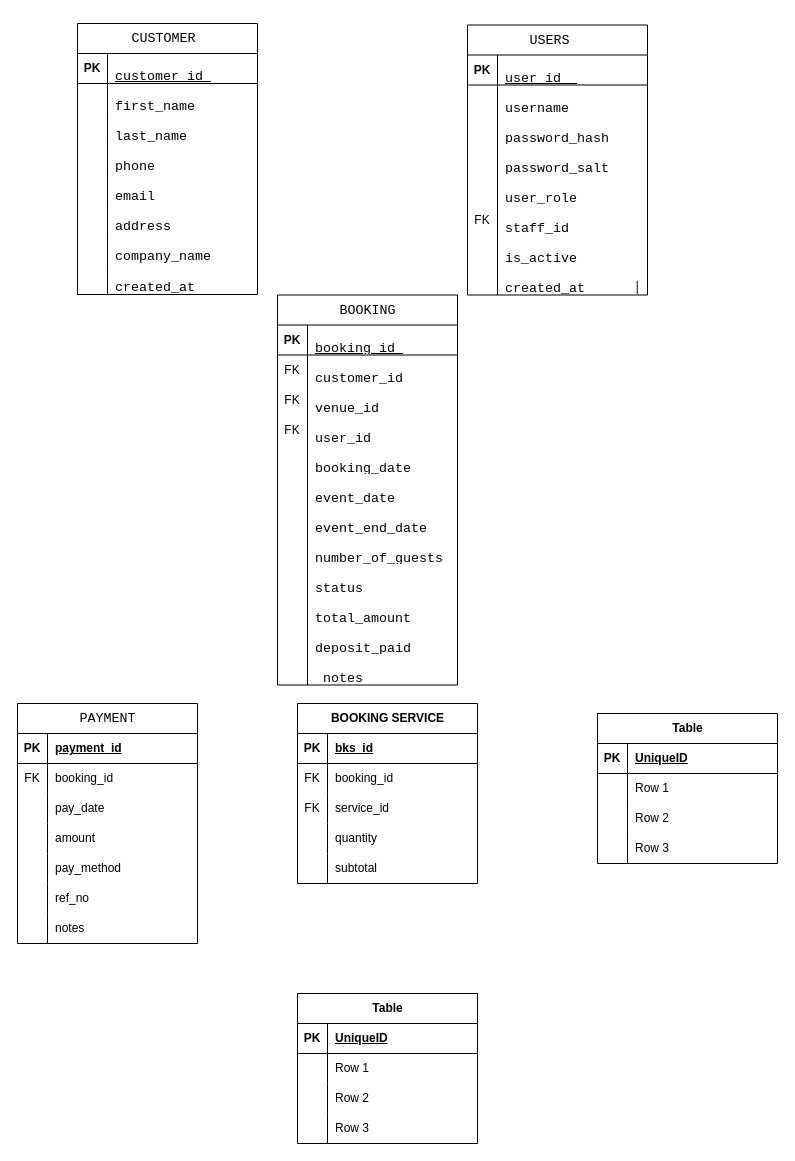
Before: project.drawio in balixsulait-alt/Draw.io, a draw.io diagram. Source tidied: cells renumbered, new cells numbered last; positions are measured from the earlier drawing's top-left corner, leaving out a move shared by most shapes. Both pictures are drawn from the tidied source at 100%, with x=0, y=0 at pixel (17, 23).
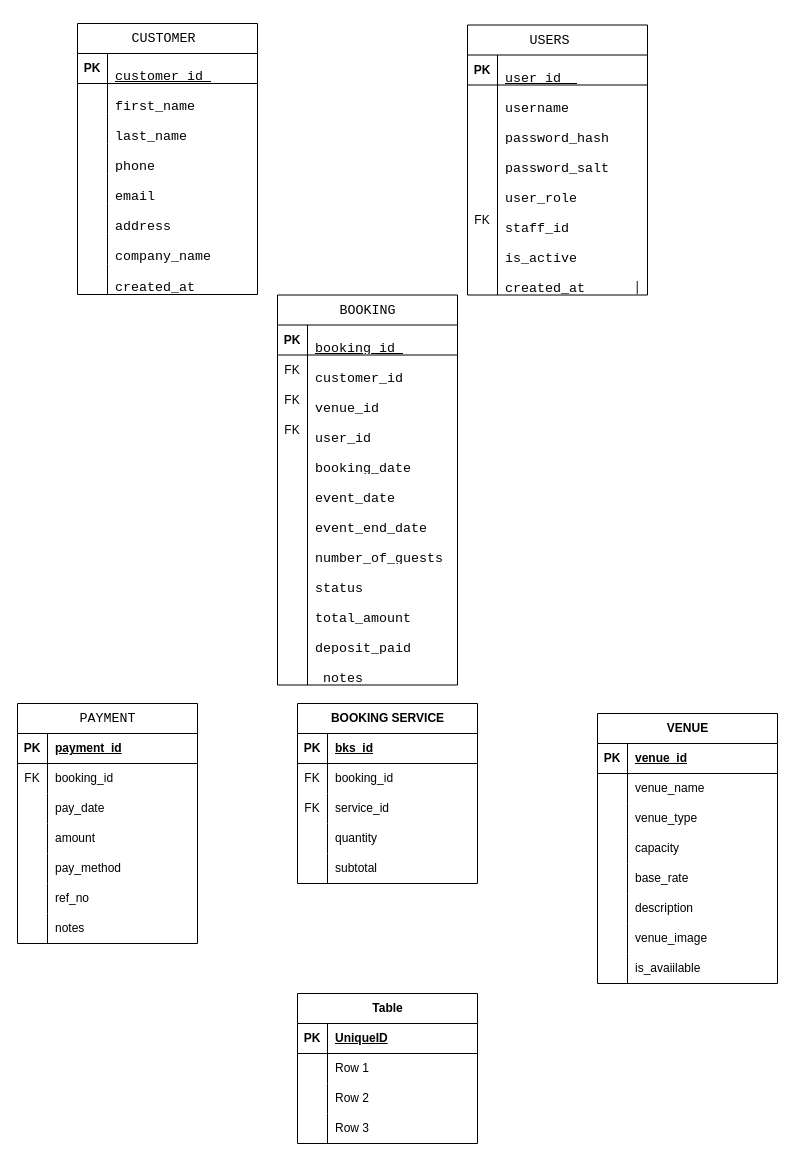
The same page after the edit.

Unchanged cells that the change refers to:
```xml
<mxCell id="128" style="shape=tableRow;horizontal=0;startSize=0;swimlaneHead=0;swimlaneBody=0;fillColor=none;top=0;left=0;right=0;bottom=1;" parent="127" vertex="1">
  <mxGeometry y="30" width="180" height="30" as="geometry" />
</mxCell>
<mxCell id="131" style="shape=tableRow;horizontal=0;startSize=0;swimlaneHead=0;swimlaneBody=0;fillColor=none;top=0;left=0;right=0;bottom=0;" parent="127" vertex="1">
  <mxGeometry y="60" width="180" height="30" as="geometry" />
</mxCell>
<mxCell id="134" style="shape=tableRow;horizontal=0;startSize=0;swimlaneHead=0;swimlaneBody=0;fillColor=none;top=0;left=0;right=0;bottom=0;" parent="127" vertex="1">
  <mxGeometry y="90" width="180" height="30" as="geometry" />
</mxCell>
<mxCell id="137" style="shape=tableRow;horizontal=0;startSize=0;swimlaneHead=0;swimlaneBody=0;fillColor=none;top=0;left=0;right=0;bottom=0;" parent="127" vertex="1">
  <mxGeometry y="120" width="180" height="30" as="geometry" />
</mxCell>
```

The edit, as a diff of the source:
```diff
@@
-    <mxCell id="127" value="Table" style="shape=table;startSize=30;childLayout=tableLayout;rowLines=0;fontStyle=1;align=center;html=1;" parent="1" vertex="1">
-      <mxGeometry x="580" y="690" width="180" height="150" as="geometry" />
+    <mxCell id="127" value="VENUE" style="shape=table;startSize=30;childLayout=tableLayout;rowLines=0;fontStyle=1;align=center;html=1;" parent="1" vertex="1">
+      <mxGeometry x="580" y="690" width="180" height="270" as="geometry" />
     </mxCell>
@@
-    <mxCell id="130" value="UniqueID" style="shape=partialRectangle;fillColor=none;top=0;left=0;bottom=0;right=0;align=left;spacingLeft=6;fontStyle=5;overflow=hidden;whiteSpace=wrap;html=1;" parent="128" vertex="1">
+    <mxCell id="130" value="venue_id" style="shape=partialRectangle;fillColor=none;top=0;left=0;bottom=0;right=0;align=left;spacingLeft=6;fontStyle=5;overflow=hidden;whiteSpace=wrap;html=1;" parent="128" vertex="1">
       <mxGeometry x="30" width="150" height="30" as="geometry" />
     </mxCell>
@@
-    <mxCell id="133" value="Row 1" style="shape=partialRectangle;fillColor=none;top=0;left=0;bottom=0;right=0;align=left;spacingLeft=6;overflow=hidden;whiteSpace=wrap;html=1;" parent="131" vertex="1">
+    <mxCell id="133" value="venue_name" style="shape=partialRectangle;fillColor=none;top=0;left=0;bottom=0;right=0;align=left;spacingLeft=6;overflow=hidden;whiteSpace=wrap;html=1;" parent="131" vertex="1">
       <mxGeometry x="30" width="150" height="30" as="geometry" />
     </mxCell>
@@
-    <mxCell id="136" value="Row 2" style="shape=partialRectangle;fillColor=none;top=0;left=0;bottom=0;right=0;align=left;spacingLeft=6;overflow=hidden;whiteSpace=wrap;html=1;" parent="134" vertex="1">
+    <mxCell id="136" value="venue_type" style="shape=partialRectangle;fillColor=none;top=0;left=0;bottom=0;right=0;align=left;spacingLeft=6;overflow=hidden;whiteSpace=wrap;html=1;" parent="134" vertex="1">
       <mxGeometry x="30" width="150" height="30" as="geometry" />
     </mxCell>
@@
-    <mxCell id="139" value="Row 3" style="shape=partialRectangle;fillColor=none;top=0;left=0;bottom=0;right=0;align=left;spacingLeft=6;overflow=hidden;whiteSpace=wrap;html=1;" parent="137" vertex="1">
+    <mxCell id="139" value="capacity" style="shape=partialRectangle;fillColor=none;top=0;left=0;bottom=0;right=0;align=left;spacingLeft=6;overflow=hidden;whiteSpace=wrap;html=1;" parent="137" vertex="1">
       <mxGeometry x="30" width="150" height="30" as="geometry" />
     </mxCell>
+    <mxCell id="153" style="shape=tableRow;horizontal=0;startSize=0;swimlaneHead=0;swimlaneBody=0;fillColor=none;top=0;left=0;right=0;bottom=0;" parent="127" vertex="1">
+      <mxGeometry y="150" width="180" height="30" as="geometry" />
+    </mxCell>
+    <mxCell id="154" style="shape=partialRectangle;fillColor=none;top=0;left=0;bottom=0;right=0;overflow=hidden;whiteSpace=wrap;html=1;" parent="153" vertex="1">
+      <mxGeometry width="30" height="30" as="geometry" />
+    </mxCell>
+    <mxCell id="155" value="base_rate" style="shape=partialRectangle;fillColor=none;top=0;left=0;bottom=0;right=0;align=left;spacingLeft=6;overflow=hidden;whiteSpace=wrap;html=1;" parent="153" vertex="1">
+      <mxGeometry x="30" width="150" height="30" as="geometry" />
+    </mxCell>
+    <mxCell id="156" style="shape=tableRow;horizontal=0;startSize=0;swimlaneHead=0;swimlaneBody=0;fillColor=none;top=0;left=0;right=0;bottom=0;" parent="127" vertex="1">
+      <mxGeometry y="180" width="180" height="30" as="geometry" />
+    </mxCell>
+    <mxCell id="157" style="shape=partialRectangle;fillColor=none;top=0;left=0;bottom=0;right=0;overflow=hidden;whiteSpace=wrap;html=1;" parent="156" vertex="1">
+      <mxGeometry width="30" height="30" as="geometry" />
+    </mxCell>
+    <mxCell id="158" value="description" style="shape=partialRectangle;fillColor=none;top=0;left=0;bottom=0;right=0;align=left;spacingLeft=6;overflow=hidden;whiteSpace=wrap;html=1;" parent="156" vertex="1">
+      <mxGeometry x="30" width="150" height="30" as="geometry" />
+    </mxCell>
+    <mxCell id="159" style="shape=tableRow;horizontal=0;startSize=0;swimlaneHead=0;swimlaneBody=0;fillColor=none;top=0;left=0;right=0;bottom=0;" parent="127" vertex="1">
+      <mxGeometry y="210" width="180" height="30" as="geometry" />
+    </mxCell>
+    <mxCell id="160" style="shape=partialRectangle;fillColor=none;top=0;left=0;bottom=0;right=0;overflow=hidden;whiteSpace=wrap;html=1;" parent="159" vertex="1">
+      <mxGeometry width="30" height="30" as="geometry" />
+    </mxCell>
+    <mxCell id="161" value="venue_image" style="shape=partialRectangle;fillColor=none;top=0;left=0;bottom=0;right=0;align=left;spacingLeft=6;overflow=hidden;whiteSpace=wrap;html=1;" parent="159" vertex="1">
+      <mxGeometry x="30" width="150" height="30" as="geometry" />
+    </mxCell>
+    <mxCell id="162" style="shape=tableRow;horizontal=0;startSize=0;swimlaneHead=0;swimlaneBody=0;fillColor=none;top=0;left=0;right=0;bottom=0;" parent="127" vertex="1">
+      <mxGeometry y="240" width="180" height="30" as="geometry" />
+    </mxCell>
+    <mxCell id="163" style="shape=partialRectangle;fillColor=none;top=0;left=0;bottom=0;right=0;overflow=hidden;whiteSpace=wrap;html=1;" parent="162" vertex="1">
+      <mxGeometry width="30" height="30" as="geometry" />
+    </mxCell>
+    <mxCell id="164" value="is_avaiilable" style="shape=partialRectangle;fillColor=none;top=0;left=0;bottom=0;right=0;align=left;spacingLeft=6;overflow=hidden;whiteSpace=wrap;html=1;" parent="162" vertex="1">
+      <mxGeometry x="30" width="150" height="30" as="geometry" />
+    </mxCell>
```
